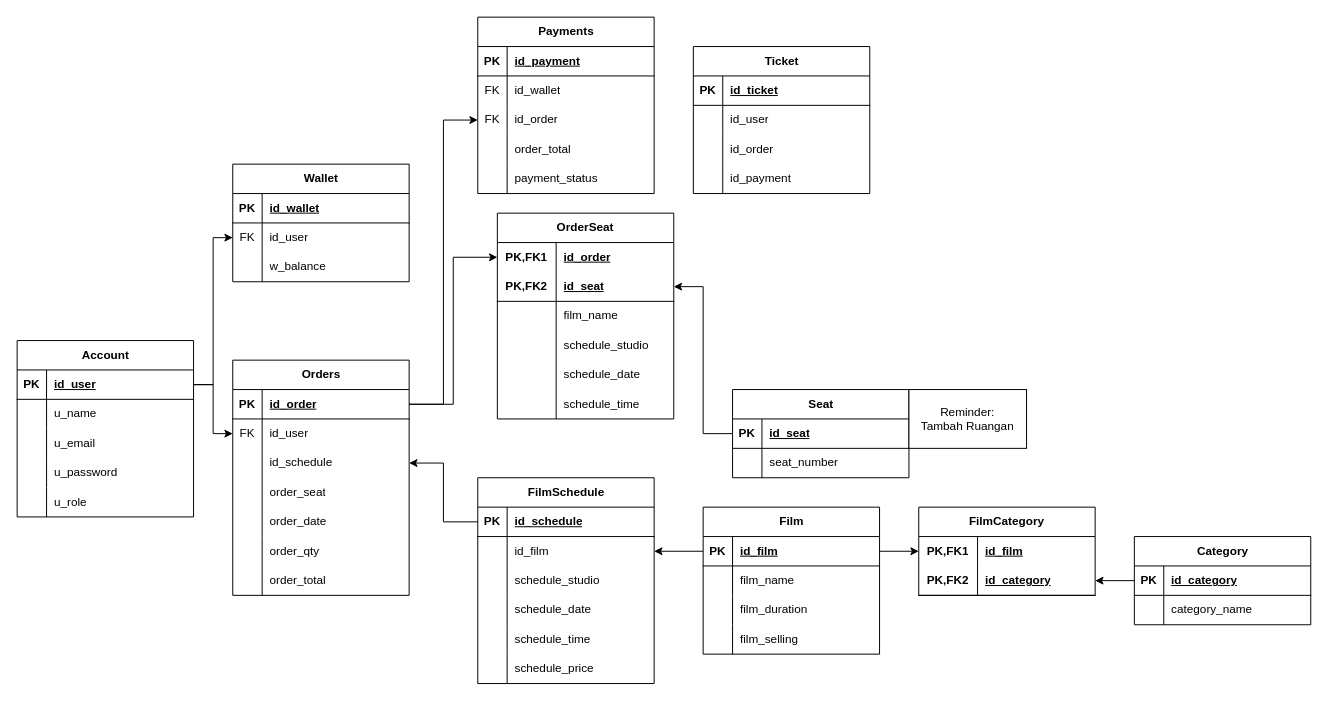
Above: ERD/ERD.drawio in aprp19/MiniProject-BioskopFlask (draw.io), before the change. Source tidied: cells renumbered, new cells numbered last; positions are measured from the earlier drawing's top-left corner, leaving out a move shared by most shapes. Both pictures are drawn from the tidied source at 98%, with x=0, y=0 at pixel (17, 17).
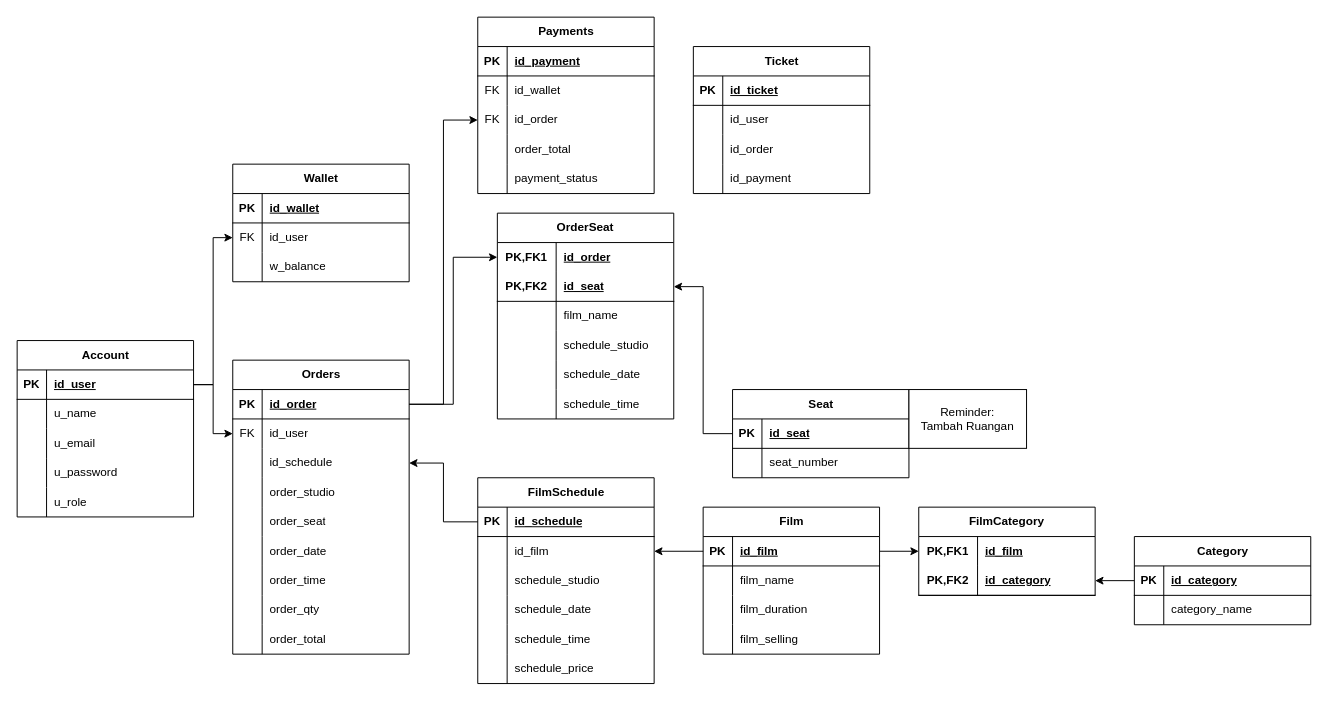
Above is the later version.

Change to the diagram source:
```diff
@@
     <mxCell id="57" value="Orders" style="shape=table;startSize=30;childLayout=tableLayout;rowLines=0;fontStyle=1;align=center;html=1;" parent="1" vertex="1">
-      <mxGeometry x="220" y="350" width="180" height="240" as="geometry" />
+      <mxGeometry x="220" y="350" width="180" height="300" as="geometry" />
     </mxCell>
@@
+    <mxCell id="161" style="shape=tableRow;horizontal=0;startSize=0;swimlaneHead=0;swimlaneBody=0;fillColor=none;top=0;left=0;right=0;bottom=0;" parent="57" vertex="1">
+      <mxGeometry y="120" width="180" height="30" as="geometry" />
+    </mxCell>
+    <mxCell id="162" style="shape=partialRectangle;fillColor=none;top=0;left=0;bottom=0;right=0;overflow=hidden;whiteSpace=wrap;html=1;" parent="161" vertex="1">
+      <mxGeometry width="30" height="30" as="geometry" />
+    </mxCell>
+    <mxCell id="163" value="order_studio" style="shape=partialRectangle;fillColor=none;top=0;left=0;bottom=0;right=0;align=left;spacingLeft=6;overflow=hidden;whiteSpace=wrap;html=1;" parent="161" vertex="1">
+      <mxGeometry x="30" width="150" height="30" as="geometry" />
+    </mxCell>
     <mxCell id="67" style="shape=tableRow;horizontal=0;startSize=0;swimlaneHead=0;swimlaneBody=0;fillColor=none;top=0;left=0;right=0;bottom=0;" parent="57" vertex="1">
-      <mxGeometry y="120" width="180" height="30" as="geometry" />
+      <mxGeometry y="150" width="180" height="30" as="geometry" />
     </mxCell>
@@
     <mxCell id="70" style="shape=tableRow;horizontal=0;startSize=0;swimlaneHead=0;swimlaneBody=0;fillColor=none;top=0;left=0;right=0;bottom=0;" parent="57" vertex="1">
-      <mxGeometry y="150" width="180" height="30" as="geometry" />
+      <mxGeometry y="180" width="180" height="30" as="geometry" />
     </mxCell>
@@
+    <mxCell id="164" style="shape=tableRow;horizontal=0;startSize=0;swimlaneHead=0;swimlaneBody=0;fillColor=none;top=0;left=0;right=0;bottom=0;" parent="57" vertex="1">
+      <mxGeometry y="210" width="180" height="30" as="geometry" />
+    </mxCell>
+    <mxCell id="165" style="shape=partialRectangle;fillColor=none;top=0;left=0;bottom=0;right=0;overflow=hidden;whiteSpace=wrap;html=1;" parent="164" vertex="1">
+      <mxGeometry width="30" height="30" as="geometry" />
+    </mxCell>
+    <mxCell id="166" value="order_time" style="shape=partialRectangle;fillColor=none;top=0;left=0;bottom=0;right=0;align=left;spacingLeft=6;overflow=hidden;whiteSpace=wrap;html=1;" parent="164" vertex="1">
+      <mxGeometry x="30" width="150" height="30" as="geometry" />
+    </mxCell>
     <mxCell id="73" style="shape=tableRow;horizontal=0;startSize=0;swimlaneHead=0;swimlaneBody=0;fillColor=none;top=0;left=0;right=0;bottom=0;" parent="57" vertex="1">
-      <mxGeometry y="180" width="180" height="30" as="geometry" />
+      <mxGeometry y="240" width="180" height="30" as="geometry" />
     </mxCell>
@@
     <mxCell id="76" style="shape=tableRow;horizontal=0;startSize=0;swimlaneHead=0;swimlaneBody=0;fillColor=none;top=0;left=0;right=0;bottom=0;" parent="57" vertex="1">
-      <mxGeometry y="210" width="180" height="30" as="geometry" />
+      <mxGeometry y="270" width="180" height="30" as="geometry" />
     </mxCell>
```
